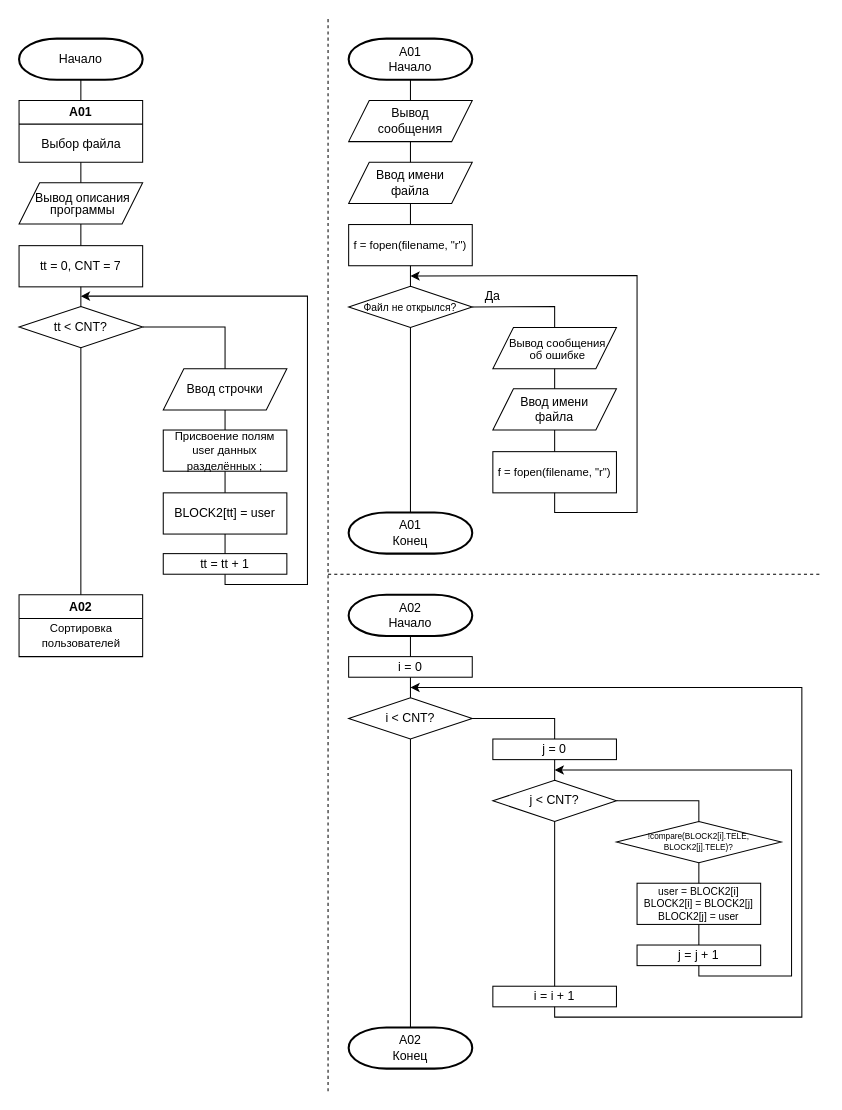
Earlier version of the draw.io diagram page "Main+A01+A02" (1 of 2) of Схема алгоритма.drawio (DexTver/LAB_06_06). Source tidied: cells renumbered, new cells numbered last; positions are measured from the earlier drawing's top-left corner, leaving out a move shared by most shapes. Both pictures are drawn from the tidied source at 103%, with x=0, y=0 at pixel (19, 18).
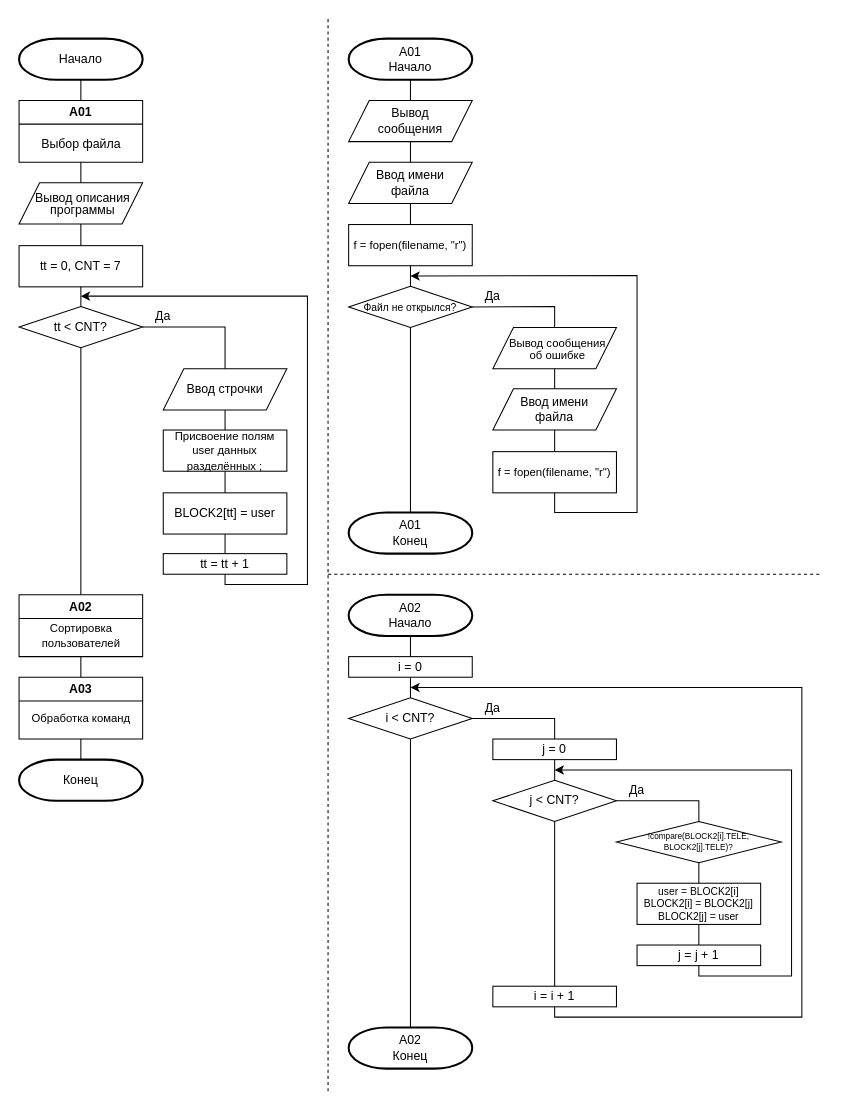
After the change.

Diff of the diagram source:
```diff
@@
+    <mxCell id="66" value="A03" style="swimlane;whiteSpace=wrap;html=1;" parent="1" vertex="1">
+      <mxGeometry y="640" width="120" height="60" as="geometry" />
+    </mxCell>
+    <mxCell id="67" value="Обработка команд" style="text;html=1;align=center;verticalAlign=middle;strokeColor=none;fillColor=none;fontSize=11;" parent="66" vertex="1">
+      <mxGeometry y="25" width="120" height="30" as="geometry" />
+    </mxCell>
+    <mxCell id="68" value="Конец" style="strokeWidth=2;html=1;shape=mxgraph.flowchart.terminator;whiteSpace=wrap;" parent="1" vertex="1">
+      <mxGeometry y="720" width="120" height="40" as="geometry" />
+    </mxCell>
+    <mxCell id="69" style="endArrow=none;html=1;rounded=0;exitX=0.5;exitY=0;exitDx=0;exitDy=0;" parent="1" edge="1" source="66">
+      <mxGeometry relative="1" as="geometry">
+        <mxPoint x="60" y="620" as="targetPoint" />
+      </mxGeometry>
+    </mxCell>
+    <mxCell id="70" style="endArrow=none;html=1;rounded=0;entryX=0.5;entryY=1;entryDx=0;entryDy=0;exitX=0.5;exitY=0;exitDx=0;exitDy=0;exitPerimeter=0;" parent="1" edge="1" source="68" target="66">
+      <mxGeometry relative="1" as="geometry" />
+    </mxCell>
+    <mxCell id="71" value="Да" style="text;html=1;strokeColor=none;fillColor=none;align=center;verticalAlign=middle;whiteSpace=wrap;rounded=0;" parent="1" vertex="1">
+      <mxGeometry x="110" y="275" width="60" height="30" as="geometry" />
+    </mxCell>
+    <mxCell id="72" value="Да" style="text;html=1;strokeColor=none;fillColor=none;align=center;verticalAlign=middle;whiteSpace=wrap;rounded=0;" parent="1" vertex="1">
+      <mxGeometry x="430" y="655" width="60" height="30" as="geometry" />
+    </mxCell>
+    <mxCell id="73" value="Да" style="text;html=1;strokeColor=none;fillColor=none;align=center;verticalAlign=middle;whiteSpace=wrap;rounded=0;" parent="1" vertex="1">
+      <mxGeometry x="570" y="735" width="60" height="30" as="geometry" />
+    </mxCell>
```
